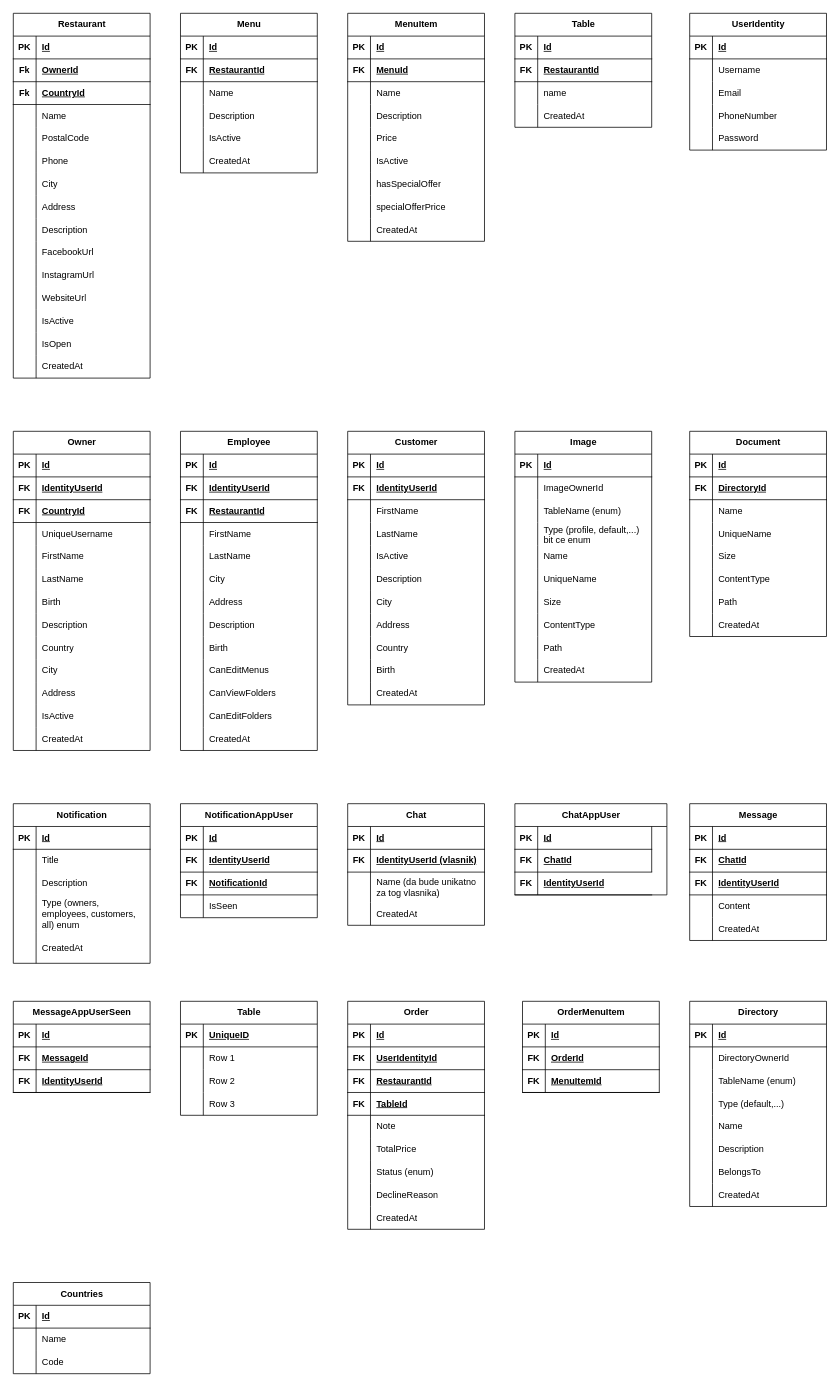
The draw.io diagram documentation/database.drawio in zuna21/NoshNexus, before the edit. Source tidied: cells renumbered, new cells numbered last; positions are measured from the earlier drawing's top-left corner, leaving out a move shared by most shapes. Both pictures are drawn from the tidied source at 76%, with x=0, y=0 at pixel (13, 13).
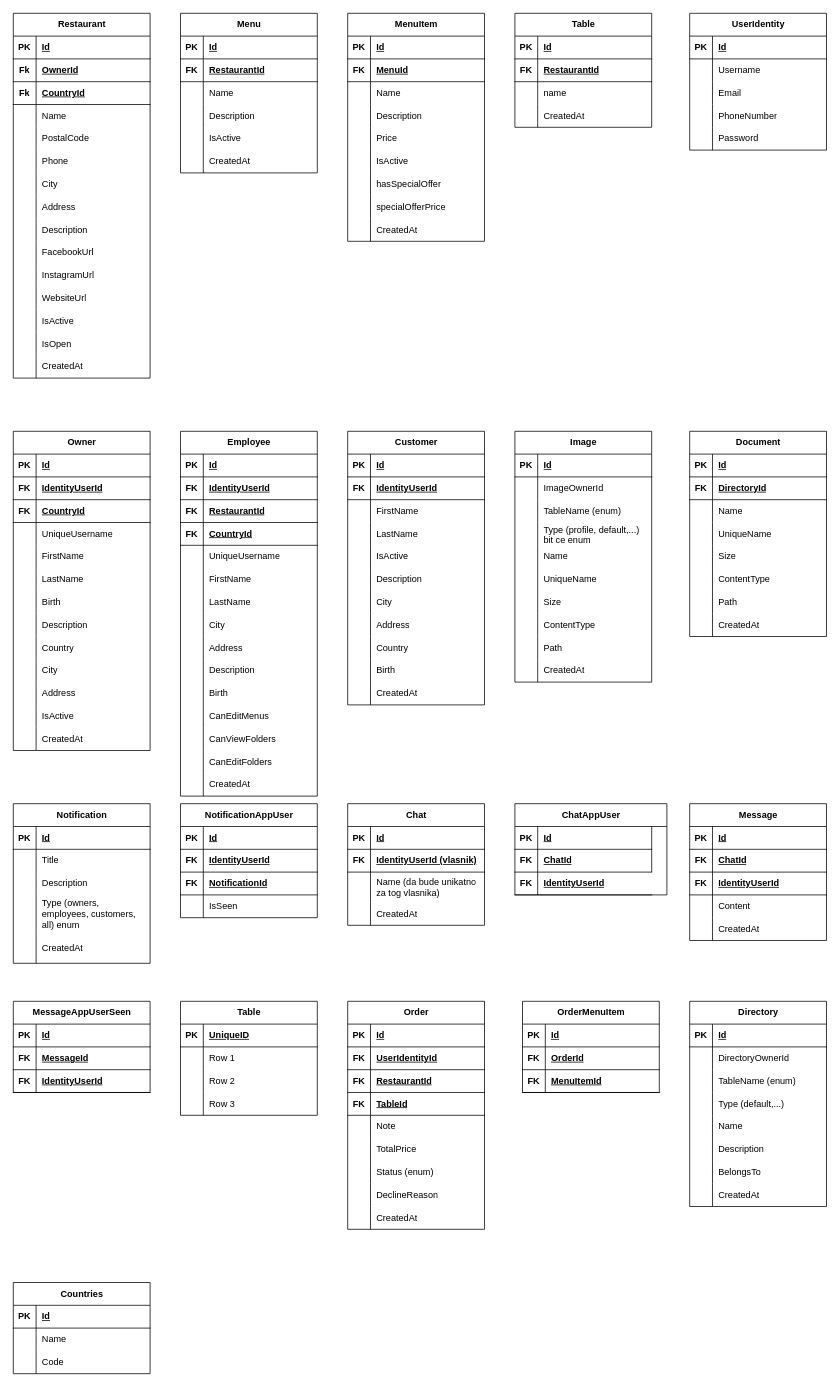
The same page after the edit.

Diff of the diagram source:
```diff
@@
     <mxCell id="164" value="Employee" style="shape=table;startSize=30;childLayout=tableLayout;rowLines=0;fontStyle=1;align=center;html=1;" parent="1" vertex="1">
-      <mxGeometry x="220" y="550" width="180" height="420" as="geometry" />
+      <mxGeometry x="220" y="550" width="180" height="480" as="geometry" />
     </mxCell>
@@
+    <mxCell id="461" style="shape=tableRow;horizontal=0;startSize=0;swimlaneHead=0;swimlaneBody=0;fillColor=none;top=0;left=0;right=0;bottom=1;" parent="164" vertex="1">
+      <mxGeometry y="90" width="180" height="30" as="geometry" />
+    </mxCell>
+    <mxCell id="462" value="FK" style="shape=partialRectangle;fillColor=none;top=0;left=0;bottom=0;right=0;fontStyle=1;overflow=hidden;whiteSpace=wrap;html=1;" parent="461" vertex="1">
+      <mxGeometry width="30" height="30" as="geometry" />
+    </mxCell>
+    <mxCell id="463" value="RestaurantId" style="shape=partialRectangle;fillColor=none;top=0;left=0;bottom=0;right=0;align=left;spacingLeft=6;fontStyle=5;overflow=hidden;whiteSpace=wrap;html=1;" parent="461" vertex="1">
+      <mxGeometry x="30" width="150" height="30" as="geometry" />
+    </mxCell>
     <mxCell id="171" style="shape=tableRow;horizontal=0;startSize=0;swimlaneHead=0;swimlaneBody=0;fillColor=none;top=0;left=0;right=0;bottom=1;" parent="164" vertex="1">
-      <mxGeometry y="90" width="180" height="30" as="geometry" />
+      <mxGeometry y="120" width="180" height="30" as="geometry" />
     </mxCell>
@@
-    <mxCell id="173" value="RestaurantId" style="shape=partialRectangle;fillColor=none;top=0;left=0;bottom=0;right=0;align=left;spacingLeft=6;fontStyle=5;overflow=hidden;whiteSpace=wrap;html=1;" parent="171" vertex="1">
+    <mxCell id="173" value="CountryId" style="shape=partialRectangle;fillColor=none;top=0;left=0;bottom=0;right=0;align=left;spacingLeft=6;fontStyle=5;overflow=hidden;whiteSpace=wrap;html=1;" parent="171" vertex="1">
       <mxGeometry x="30" width="150" height="30" as="geometry" />
     </mxCell>
+    <mxCell id="464" style="shape=tableRow;horizontal=0;startSize=0;swimlaneHead=0;swimlaneBody=0;fillColor=none;top=0;left=0;right=0;bottom=0;" parent="164" vertex="1">
+      <mxGeometry y="150" width="180" height="30" as="geometry" />
+    </mxCell>
+    <mxCell id="465" style="shape=partialRectangle;fillColor=none;top=0;left=0;bottom=0;right=0;overflow=hidden;whiteSpace=wrap;html=1;" parent="464" vertex="1">
+      <mxGeometry width="30" height="30" as="geometry" />
+    </mxCell>
+    <mxCell id="466" value="UniqueUsername" style="shape=partialRectangle;fillColor=none;top=0;left=0;bottom=0;right=0;align=left;spacingLeft=6;overflow=hidden;whiteSpace=wrap;html=1;" parent="464" vertex="1">
+      <mxGeometry x="30" width="150" height="30" as="geometry" />
+    </mxCell>
     <mxCell id="174" style="shape=tableRow;horizontal=0;startSize=0;swimlaneHead=0;swimlaneBody=0;fillColor=none;top=0;left=0;right=0;bottom=0;" parent="164" vertex="1">
-      <mxGeometry y="120" width="180" height="30" as="geometry" />
+      <mxGeometry y="180" width="180" height="30" as="geometry" />
     </mxCell>
@@
     <mxCell id="177" style="shape=tableRow;horizontal=0;startSize=0;swimlaneHead=0;swimlaneBody=0;fillColor=none;top=0;left=0;right=0;bottom=0;" parent="164" vertex="1">
-      <mxGeometry y="150" width="180" height="30" as="geometry" />
+      <mxGeometry y="210" width="180" height="30" as="geometry" />
     </mxCell>
@@
     <mxCell id="180" style="shape=tableRow;horizontal=0;startSize=0;swimlaneHead=0;swimlaneBody=0;fillColor=none;top=0;left=0;right=0;bottom=0;" parent="164" vertex="1">
-      <mxGeometry y="180" width="180" height="30" as="geometry" />
+      <mxGeometry y="240" width="180" height="30" as="geometry" />
     </mxCell>
@@
     <mxCell id="183" style="shape=tableRow;horizontal=0;startSize=0;swimlaneHead=0;swimlaneBody=0;fillColor=none;top=0;left=0;right=0;bottom=0;" parent="164" vertex="1">
-      <mxGeometry y="210" width="180" height="30" as="geometry" />
+      <mxGeometry y="270" width="180" height="30" as="geometry" />
     </mxCell>
@@
     <mxCell id="186" style="shape=tableRow;horizontal=0;startSize=0;swimlaneHead=0;swimlaneBody=0;fillColor=none;top=0;left=0;right=0;bottom=0;" parent="164" vertex="1">
-      <mxGeometry y="240" width="180" height="30" as="geometry" />
+      <mxGeometry y="300" width="180" height="30" as="geometry" />
     </mxCell>
@@
     <mxCell id="189" style="shape=tableRow;horizontal=0;startSize=0;swimlaneHead=0;swimlaneBody=0;fillColor=none;top=0;left=0;right=0;bottom=0;" parent="164" vertex="1">
-      <mxGeometry y="270" width="180" height="30" as="geometry" />
+      <mxGeometry y="330" width="180" height="30" as="geometry" />
     </mxCell>
@@
     <mxCell id="192" style="shape=tableRow;horizontal=0;startSize=0;swimlaneHead=0;swimlaneBody=0;fillColor=none;top=0;left=0;right=0;bottom=0;" parent="164" vertex="1">
-      <mxGeometry y="300" width="180" height="30" as="geometry" />
+      <mxGeometry y="360" width="180" height="30" as="geometry" />
     </mxCell>
@@
     <mxCell id="195" style="shape=tableRow;horizontal=0;startSize=0;swimlaneHead=0;swimlaneBody=0;fillColor=none;top=0;left=0;right=0;bottom=0;" parent="164" vertex="1">
-      <mxGeometry y="330" width="180" height="30" as="geometry" />
+      <mxGeometry y="390" width="180" height="30" as="geometry" />
     </mxCell>
@@
     <mxCell id="198" style="shape=tableRow;horizontal=0;startSize=0;swimlaneHead=0;swimlaneBody=0;fillColor=none;top=0;left=0;right=0;bottom=0;" parent="164" vertex="1">
-      <mxGeometry y="360" width="180" height="30" as="geometry" />
+      <mxGeometry y="420" width="180" height="30" as="geometry" />
     </mxCell>
@@
     <mxCell id="201" style="shape=tableRow;horizontal=0;startSize=0;swimlaneHead=0;swimlaneBody=0;fillColor=none;top=0;left=0;right=0;bottom=0;" parent="164" vertex="1">
-      <mxGeometry y="390" width="180" height="30" as="geometry" />
+      <mxGeometry y="450" width="180" height="30" as="geometry" />
     </mxCell>
```
